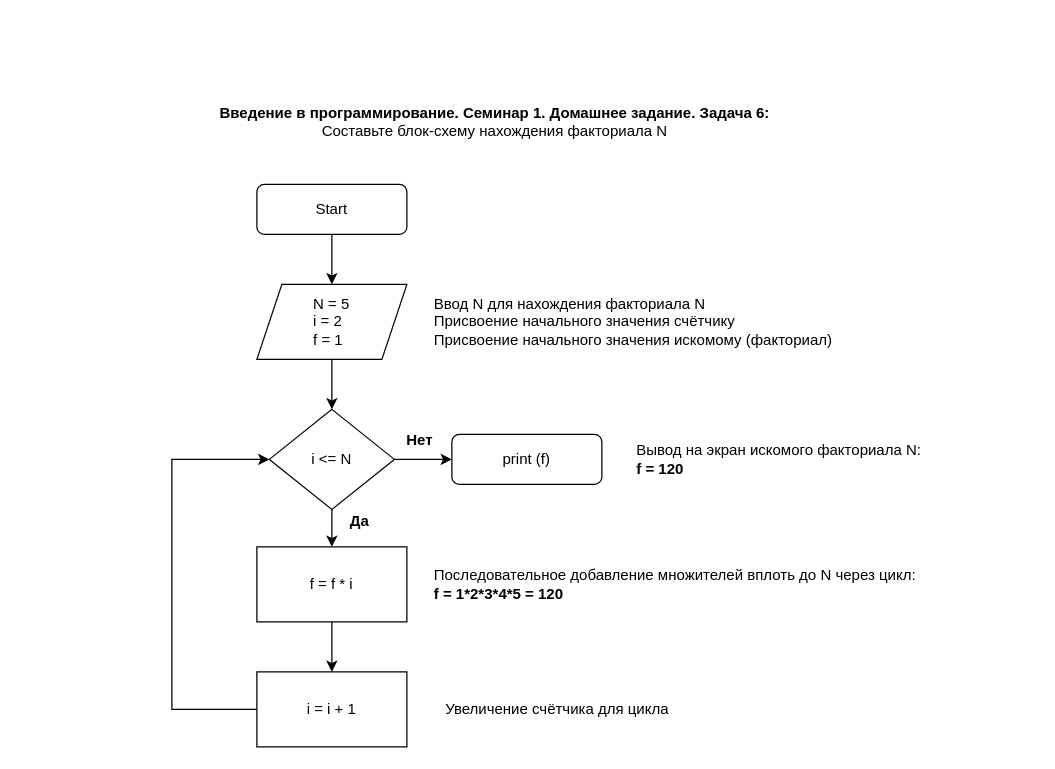
Before: 2022.12.06_HW_1-6.drawio in kask1n/Programming_Introguction, a draw.io diagram. Source tidied: cells renumbered, new cells numbered last; positions are measured from the earlier drawing's top-left corner, leaving out a move shared by most shapes. Both pictures are drawn from the tidied source at 125%, with x=0, y=0 at pixel (171, 96).
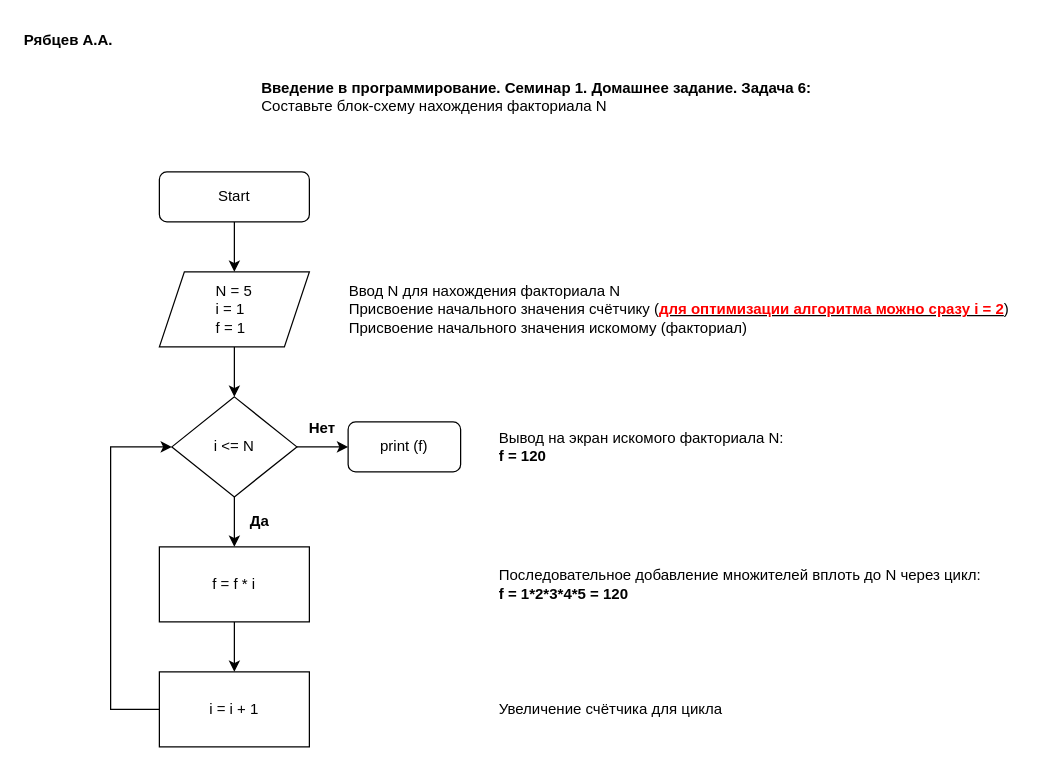
The same page after the edit.

What changed in the source:
```diff
@@
     <mxCell id="2" style="edgeStyle=orthogonalEdgeStyle;rounded=0;jettySize=auto;html=1;" parent="1" edge="1" source="3">
       <mxGeometry relative="1" as="geometry">
-        <mxPoint x="128" y="150" as="targetPoint" />
+        <mxPoint x="50" y="140" as="targetPoint" />
       </mxGeometry>
     </mxCell>
     <mxCell id="3" value="Start" style="rounded=1;whiteSpace=wrap;html=1;fontSize=12;glass=0;strokeWidth=1;shadow=0;" parent="1" vertex="1">
-      <mxGeometry x="68" y="70" width="120" height="40" as="geometry" />
+      <mxGeometry x="-10" y="60" width="120" height="40" as="geometry" />
     </mxCell>
     <mxCell id="4" value="print (f)" style="rounded=1;whiteSpace=wrap;html=1;fontSize=12;glass=0;strokeWidth=1;shadow=0;" parent="1" vertex="1">
-      <mxGeometry x="224" y="270" width="120" height="40" as="geometry" />
+      <mxGeometry x="141" y="260" width="90" height="40" as="geometry" />
     </mxCell>
@@
-    <mxCell id="6" value="&lt;div style=&quot;text-align: justify;&quot;&gt;&lt;span style=&quot;background-color: initial;&quot;&gt;N = 5&lt;/span&gt;&lt;/div&gt;&lt;div style=&quot;text-align: justify;&quot;&gt;&lt;span style=&quot;background-color: initial;&quot;&gt;i = 2&lt;/span&gt;&lt;/div&gt;&lt;div style=&quot;text-align: justify;&quot;&gt;&lt;span style=&quot;background-color: initial;&quot;&gt;f = 1&lt;/span&gt;&lt;/div&gt;" style="shape=parallelogram;perimeter=parallelogramPerimeter;whiteSpace=wrap;html=1;fixedSize=1;" parent="1" vertex="1">
-      <mxGeometry x="68" y="150" width="120" height="60" as="geometry" />
+    <mxCell id="6" value="&lt;div style=&quot;text-align: justify;&quot;&gt;&lt;span style=&quot;background-color: initial;&quot;&gt;N = 5&lt;/span&gt;&lt;/div&gt;&lt;div style=&quot;text-align: justify;&quot;&gt;&lt;span style=&quot;background-color: initial;&quot;&gt;i = 1&lt;/span&gt;&lt;/div&gt;&lt;div style=&quot;text-align: justify;&quot;&gt;&lt;span style=&quot;background-color: initial;&quot;&gt;f = 1&lt;/span&gt;&lt;/div&gt;" style="shape=parallelogram;perimeter=parallelogramPerimeter;whiteSpace=wrap;html=1;fixedSize=1;" parent="1" vertex="1">
+      <mxGeometry x="-10" y="140" width="120" height="60" as="geometry" />
     </mxCell>
     <mxCell id="7" value="Вывод на экран искомого факториала N:&amp;nbsp;&lt;br&gt;&lt;b&gt;f = 120&lt;/b&gt;" style="text;html=1;align=left;verticalAlign=middle;strokeColor=none;fillColor=none;" parent="1" vertex="1">
-      <mxGeometry x="370" y="270" width="250" height="40" as="geometry" />
+      <mxGeometry x="260" y="260" width="250" height="40" as="geometry" />
     </mxCell>
     <mxCell id="8" value="&lt;div style=&quot;&quot;&gt;&lt;span style=&quot;background-color: initial;&quot;&gt;Последовательное добавление множителей вплоть до N через цикл:&amp;nbsp;&lt;/span&gt;&lt;/div&gt;&lt;div style=&quot;&quot;&gt;&lt;span style=&quot;background-color: initial;&quot;&gt;&lt;b&gt;f = 1*2*3*4*5 = 120&lt;/b&gt;&lt;/span&gt;&lt;/div&gt;" style="text;html=1;align=left;verticalAlign=middle;strokeColor=none;fillColor=none;" parent="1" vertex="1">
-      <mxGeometry x="208" y="370" width="410" height="40" as="geometry" />
+      <mxGeometry x="260" y="370" width="410" height="40" as="geometry" />
     </mxCell>
-    <mxCell id="9" value="Ввод N для нахождения факториала N&lt;br&gt;Присвоение начального значения счётчику&lt;br&gt;Присвоение начального значения искомому (факториал)" style="text;html=1;align=left;verticalAlign=middle;strokeColor=none;fillColor=none;" parent="1" vertex="1">
-      <mxGeometry x="208" y="150" width="340" height="60" as="geometry" />
+    <mxCell id="9" value="Ввод N для нахождения факториала N&lt;br&gt;Присвоение начального значения счётчику (&lt;b&gt;&lt;u&gt;&lt;font color=&quot;#ff0000&quot;&gt;для оптимизации алгоритма можно сразу i = 2&lt;/font&gt;&lt;/u&gt;&lt;/b&gt;)&lt;br&gt;Присвоение начального значения искомому (факториал)" style="text;html=1;align=left;verticalAlign=middle;strokeColor=none;fillColor=none;" parent="1" vertex="1">
+      <mxGeometry x="140" y="140" width="550" height="60" as="geometry" />
     </mxCell>
-    <mxCell id="10" value="&lt;b&gt;Введение в программирование. Семинар 1. Домашнее задание. Задача 6:&lt;br&gt;&lt;/b&gt;&lt;div&gt;&lt;div&gt;Составьте блок-схему&amp;nbsp;&lt;span style=&quot;background-color: initial;&quot;&gt;нахождения факториала N&lt;/span&gt;&lt;/div&gt;&lt;/div&gt;" style="text;html=1;align=center;verticalAlign=middle;strokeColor=none;fillColor=none;" parent="1" vertex="1">
-      <mxGeometry x="28" width="460" height="40" as="geometry" />
+    <mxCell id="10" value="&lt;b&gt;Введение в программирование. Семинар 1. Домашнее задание. Задача 6:&lt;br&gt;&lt;/b&gt;&lt;div&gt;&lt;div&gt;Составьте блок-схему&amp;nbsp;&lt;span style=&quot;background-color: initial;&quot;&gt;нахождения факториала N&lt;/span&gt;&lt;/div&gt;&lt;/div&gt;" style="text;html=1;align=left;verticalAlign=middle;strokeColor=none;fillColor=none;" parent="1" vertex="1">
+      <mxGeometry x="70" y="-20" width="460" height="40" as="geometry" />
     </mxCell>
@@
     <mxCell id="13" value="i &amp;lt;= N" style="rhombus;whiteSpace=wrap;html=1;" parent="1" vertex="1">
-      <mxGeometry x="78" y="250" width="100" height="80" as="geometry" />
+      <mxGeometry y="240" width="100" height="80" as="geometry" />
     </mxCell>
@@
     <mxCell id="15" value="f = f * i" style="rounded=0;whiteSpace=wrap;html=1;" parent="1" vertex="1">
-      <mxGeometry x="68" y="360" width="120" height="60" as="geometry" />
+      <mxGeometry x="-10" y="360" width="120" height="60" as="geometry" />
     </mxCell>
     <mxCell id="16" value="&lt;b&gt;Да&lt;/b&gt;" style="text;html=1;align=center;verticalAlign=middle;strokeColor=none;fillColor=none;" parent="1" vertex="1">
-      <mxGeometry x="130" y="325" width="40" height="30" as="geometry" />
+      <mxGeometry x="50" y="325" width="40" height="30" as="geometry" />
     </mxCell>
     <mxCell id="17" value="&lt;b&gt;Нет&lt;/b&gt;" style="text;html=1;align=center;verticalAlign=middle;strokeColor=none;fillColor=none;" parent="1" vertex="1">
-      <mxGeometry x="178" y="260" width="40" height="30" as="geometry" />
+      <mxGeometry x="100" y="250" width="40" height="30" as="geometry" />
     </mxCell>
     <mxCell id="18" style="edgeStyle=orthogonalEdgeStyle;rounded=0;jettySize=auto;html=1;entryX=0;entryY=0.5;entryDx=0;entryDy=0;" parent="1" edge="1" source="19" target="13">
       <mxGeometry relative="1" as="geometry">
         <Array as="points">
-          <mxPoint y="490" />
-          <mxPoint y="290" />
+          <mxPoint x="-49" y="490" />
+          <mxPoint x="-49" y="280" />
         </Array>
       </mxGeometry>
     </mxCell>
     <mxCell id="19" value="i = i + 1" style="rounded=0;whiteSpace=wrap;html=1;" parent="1" vertex="1">
-      <mxGeometry x="68" y="460" width="120" height="60" as="geometry" />
+      <mxGeometry x="-10" y="460" width="120" height="60" as="geometry" />
     </mxCell>
-    <mxCell id="20" value="&lt;div style=&quot;text-align: left;&quot;&gt;Увеличение счётчика для цикла&lt;br&gt;&lt;/div&gt;" style="text;html=1;align=center;verticalAlign=middle;strokeColor=none;fillColor=none;" parent="1" vertex="1">
-      <mxGeometry x="208" y="475" width="200" height="30" as="geometry" />
+    <mxCell id="20" value="&lt;div style=&quot;&quot;&gt;Увеличение счётчика для цикла&lt;br&gt;&lt;/div&gt;" style="text;html=1;align=left;verticalAlign=middle;strokeColor=none;fillColor=none;" parent="1" vertex="1">
+      <mxGeometry x="260" y="475" width="200" height="30" as="geometry" />
     </mxCell>
+    <mxCell id="21" value="&lt;b&gt;Рябцев А.А.&lt;/b&gt;" style="text;html=1;align=left;verticalAlign=middle;strokeColor=none;fillColor=none;" parent="1" vertex="1">
+      <mxGeometry x="-120" y="-60" width="90" height="30" as="geometry" />
+    </mxCell>
```
